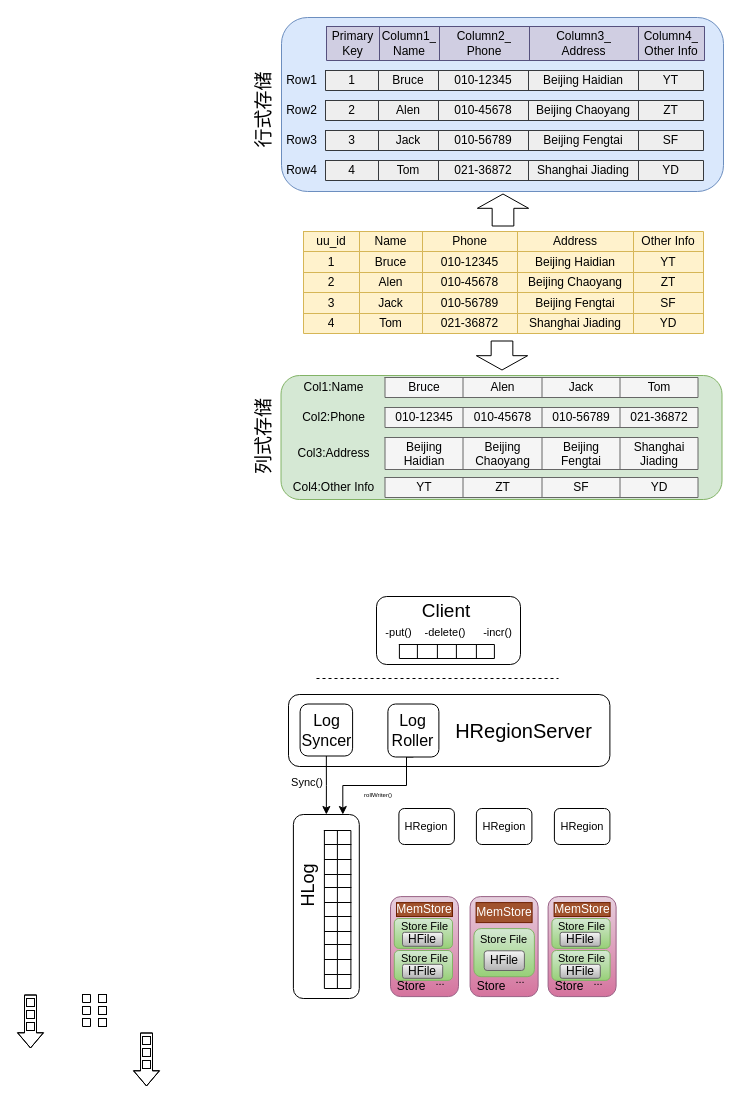
Above: page "第 2 页" (2 of 2) of 未命名绘图.drawio in Life-Cycle/xixi (draw.io), before the change. Source tidied: cells renumbered, new cells numbered last; positions are measured from the earlier drawing's top-left corner, leaving out a move shared by most shapes. Both pictures are drawn from the tidied source at 100%, with x=0, y=0 at pixel (26, 17).
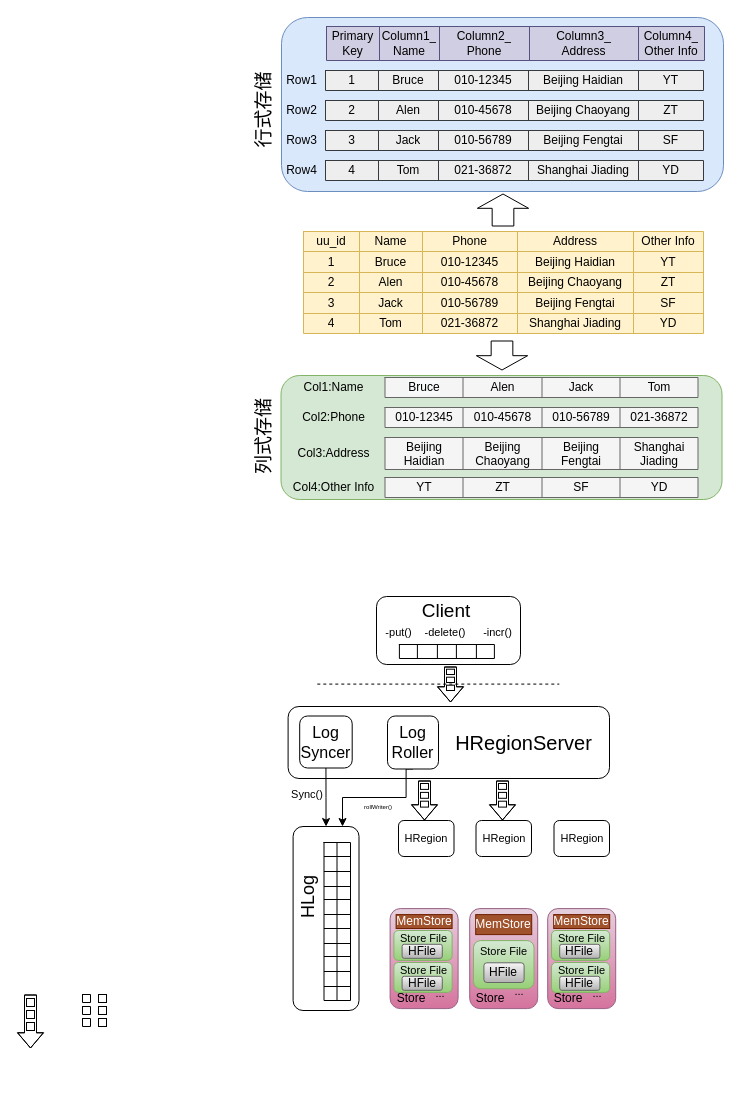
The same page after the edit.

Commit message:
更新未命名绘图.drawio

The edit, as a diff of the source:
```diff
@@
+    <mxCell id="118" style="endArrow=none;dashed=1;html=1;rounded=0;fontSize=11;" parent="1" edge="1">
+      <mxGeometry relative="1" as="geometry">
+        <mxPoint x="290.8" y="666.6" as="sourcePoint" />
+        <mxPoint x="532.8" y="666.6" as="targetPoint" />
+      </mxGeometry>
+    </mxCell>
@@
-    <mxCell id="118" style="endArrow=none;dashed=1;html=1;rounded=0;fontSize=11;" parent="1" edge="1">
-      <mxGeometry relative="1" as="geometry">
-        <mxPoint x="290" y="661" as="sourcePoint" />
-        <mxPoint x="532" y="661" as="targetPoint" />
-      </mxGeometry>
-    </mxCell>
     <mxCell id="119" style="rounded=1;whiteSpace=wrap;html=1;fontSize=11;" parent="1" vertex="1">
-      <mxGeometry x="262" y="677" width="321.4" height="72" as="geometry" />
+      <mxGeometry x="261.6" y="689" width="321.4" height="72" as="geometry" />
     </mxCell>
     <mxCell id="120" value="&lt;font style=&quot;font-size: 20px&quot;&gt;HRegionServer&lt;/font&gt;" style="text;html=1;strokeColor=none;fillColor=none;align=center;verticalAlign=middle;whiteSpace=wrap;rounded=0;fontSize=11;" parent="1" vertex="1">
-      <mxGeometry x="424.4" y="692.5" width="147.1" height="41" as="geometry" />
+      <mxGeometry x="424" y="704.5" width="147.1" height="41" as="geometry" />
     </mxCell>
@@
     <mxCell id="122" value="&lt;font style=&quot;font-size: 16px&quot;&gt;Log Syncer&lt;/font&gt;" style="rounded=1;whiteSpace=wrap;html=1;fontSize=11;" parent="1" vertex="1">
-      <mxGeometry x="273.6" y="686.5" width="52.5" height="52" as="geometry" />
+      <mxGeometry x="273.2" y="698.5" width="52.5" height="52" as="geometry" />
     </mxCell>
     <mxCell id="123" style="edgeStyle=orthogonalEdgeStyle;rounded=0;jettySize=auto;html=1;exitX=0.5;exitY=1;exitDx=0;exitDy=0;entryX=0.75;entryY=0;entryDx=0;entryDy=0;fontSize=18;" parent="1" edge="1" source="124" target="125">
       <mxGeometry relative="1" as="geometry">
         <Array as="points">
-          <mxPoint x="380" y="740" />
-          <mxPoint x="380" y="768" />
-          <mxPoint x="316" y="768" />
+          <mxPoint x="379.6" y="752" />
+          <mxPoint x="379.6" y="780" />
+          <mxPoint x="315.6" y="780" />
         </Array>
       </mxGeometry>
     </mxCell>
     <mxCell id="124" value="&lt;font style=&quot;font-size: 16px&quot;&gt;Log Roller&lt;/font&gt;" style="rounded=1;whiteSpace=wrap;html=1;fontSize=11;" parent="1" vertex="1">
-      <mxGeometry x="361.4" y="686.5" width="51" height="53" as="geometry" />
+      <mxGeometry x="361" y="698.5" width="51" height="53" as="geometry" />
     </mxCell>
     <mxCell id="125" style="rounded=1;whiteSpace=wrap;html=1;fontSize=14;" parent="1" vertex="1">
-      <mxGeometry x="266.9" y="797" width="65.9" height="184" as="geometry" />
+      <mxGeometry x="266.6" y="809" width="65.9" height="184" as="geometry" />
     </mxCell>
     <mxCell id="126" style="shape=table;startSize=0;childLayout=tableLayout;fontSize=14;" parent="1" vertex="1">
-      <mxGeometry x="297.9" y="813" width="26.5" height="158" as="geometry" />
+      <mxGeometry x="297.5" y="825" width="26.5" height="158" as="geometry" />
     </mxCell>
@@
     <mxCell id="160" value="&lt;font style=&quot;font-size: 18px&quot;&gt;HLog&lt;/font&gt;" style="text;html=1;strokeColor=none;fillColor=none;align=center;verticalAlign=middle;whiteSpace=wrap;rounded=0;fontSize=14;rotation=-90;" parent="1" vertex="1">
-      <mxGeometry x="251.9" y="853" width="60" height="30" as="geometry" />
+      <mxGeometry x="251.5" y="865" width="60" height="30" as="geometry" />
     </mxCell>
     <mxCell id="161" value="&lt;font style=&quot;font-size: 6px&quot;&gt;rollWriter()&lt;/font&gt;" style="text;html=1;strokeColor=none;fillColor=none;align=center;verticalAlign=middle;whiteSpace=wrap;rounded=0;fontSize=11;" parent="1" vertex="1">
-      <mxGeometry x="322" y="761" width="60" height="30" as="geometry" />
+      <mxGeometry x="321.6" y="773" width="60" height="30" as="geometry" />
     </mxCell>
     <mxCell id="162" value="&lt;span style=&quot;font-size: 11px&quot;&gt;Sync()&lt;/span&gt;" style="text;html=1;strokeColor=none;fillColor=none;align=center;verticalAlign=middle;whiteSpace=wrap;rounded=0;fontSize=18;" parent="1" vertex="1">
-      <mxGeometry x="260" y="757" width="42" height="12" as="geometry" />
+      <mxGeometry x="259.6" y="769" width="42" height="12" as="geometry" />
     </mxCell>
     <mxCell id="163" value="HRegion" style="rounded=1;whiteSpace=wrap;html=1;fontSize=11;" parent="1" vertex="1">
-      <mxGeometry x="372.4" y="791" width="55.5" height="36" as="geometry" />
+      <mxGeometry x="372" y="803" width="55.5" height="36" as="geometry" />
     </mxCell>
     <mxCell id="164" value="HRegion" style="rounded=1;whiteSpace=wrap;html=1;fontSize=11;" parent="1" vertex="1">
-      <mxGeometry x="449.9" y="791" width="55.5" height="36" as="geometry" />
+      <mxGeometry x="449.5" y="803" width="55.5" height="36" as="geometry" />
     </mxCell>
     <mxCell id="165" value="HRegion" style="rounded=1;whiteSpace=wrap;html=1;fontSize=11;" parent="1" vertex="1">
-      <mxGeometry x="527.9" y="791" width="55.5" height="36" as="geometry" />
+      <mxGeometry x="527.5" y="803" width="55.5" height="36" as="geometry" />
     </mxCell>
     <mxCell id="166" style="rounded=1;whiteSpace=wrap;html=1;gradientColor=#d5739d;fillColor=#e6d0de;strokeColor=#996185;" parent="1" vertex="1">
-      <mxGeometry x="364" y="879.1" width="68" height="100" as="geometry" />
+      <mxGeometry x="363.6" y="891.1" width="68" height="100" as="geometry" />
     </mxCell>
     <mxCell id="167" value="Store" style="text;html=1;strokeColor=none;fillColor=none;align=center;verticalAlign=middle;whiteSpace=wrap;rounded=0;" parent="1" vertex="1">
-      <mxGeometry x="364.9" y="959.1" width="40" height="20" as="geometry" />
+      <mxGeometry x="364.5" y="971.1" width="40" height="20" as="geometry" />
     </mxCell>
     <mxCell id="168" style="rounded=1;whiteSpace=wrap;html=1;gradientColor=#97d077;fillColor=#d5e8d4;strokeColor=#82b366;" parent="1" vertex="1">
-      <mxGeometry x="367.8" y="901" width="58.2" height="29.9" as="geometry" />
+      <mxGeometry x="367.4" y="913" width="58.2" height="29.9" as="geometry" />
     </mxCell>
     <mxCell id="169" value="&lt;font&gt;&lt;span style=&quot;font-size: 11px&quot;&gt;Store&amp;nbsp;&lt;/span&gt;&lt;span style=&quot;font-size: 11px ; text-align: left&quot;&gt;File&lt;/span&gt;&lt;span style=&quot;font-size: 11px&quot;&gt;&lt;br&gt;&lt;/span&gt;&lt;/font&gt;" style="text;html=1;strokeColor=none;fillColor=none;align=center;verticalAlign=middle;whiteSpace=wrap;rounded=0;" parent="1" vertex="1">
-      <mxGeometry x="375.5" y="902.9" width="45" height="11.9" as="geometry" />
+      <mxGeometry x="375.1" y="914.9" width="45" height="11.9" as="geometry" />
     </mxCell>
     <mxCell id="170" value="HFile" style="rounded=1;whiteSpace=wrap;html=1;gradientColor=#b3b3b3;fillColor=#f5f5f5;strokeColor=#666666;rotation=0;" parent="1" vertex="1">
-      <mxGeometry x="376" y="914.8" width="40.2" height="14" as="geometry" />
+      <mxGeometry x="375.6" y="926.8" width="40.2" height="14" as="geometry" />
     </mxCell>
     <mxCell id="171" value="MemStore" style="rounded=0;whiteSpace=wrap;html=1;rotation=0;fillColor=#a0522d;fontColor=#ffffff;strokeColor=#6D1F00;" parent="1" vertex="1">
-      <mxGeometry x="370" y="885.1" width="56" height="13.9" as="geometry" />
+      <mxGeometry x="369.6" y="897.1" width="56" height="13.9" as="geometry" />
     </mxCell>
     <mxCell id="172" style="rounded=1;whiteSpace=wrap;html=1;gradientColor=#d5739d;fillColor=#e6d0de;strokeColor=#996185;" parent="1" vertex="1">
-      <mxGeometry x="443.6" y="879.1" width="68" height="100" as="geometry" />
+      <mxGeometry x="443.2" y="891.1" width="68" height="100" as="geometry" />
     </mxCell>
     <mxCell id="173" value="Store" style="text;html=1;strokeColor=none;fillColor=none;align=center;verticalAlign=middle;whiteSpace=wrap;rounded=0;" parent="1" vertex="1">
-      <mxGeometry x="444.5" y="959.1" width="40" height="20" as="geometry" />
+      <mxGeometry x="444.1" y="971.1" width="40" height="20" as="geometry" />
     </mxCell>
     <mxCell id="174" style="rounded=1;whiteSpace=wrap;html=1;gradientColor=#97d077;fillColor=#d5e8d4;strokeColor=#82b366;" parent="1" vertex="1">
-      <mxGeometry x="447.4" y="911.1" width="60.5" height="48.1" as="geometry" />
+      <mxGeometry x="447" y="923.1" width="60.5" height="48.1" as="geometry" />
     </mxCell>
     <mxCell id="175" value="&lt;font&gt;&lt;span style=&quot;font-size: 11px&quot;&gt;Store&amp;nbsp;&lt;/span&gt;&lt;span style=&quot;font-size: 11px ; text-align: left&quot;&gt;File&lt;/span&gt;&lt;span style=&quot;font-size: 11px&quot;&gt;&lt;br&gt;&lt;/span&gt;&lt;/font&gt;" style="text;html=1;strokeColor=none;fillColor=none;align=center;verticalAlign=middle;whiteSpace=wrap;rounded=0;" parent="1" vertex="1">
-      <mxGeometry x="455.4" y="916.2" width="45" height="11.9" as="geometry" />
+      <mxGeometry x="455" y="928.2" width="45" height="11.9" as="geometry" />
     </mxCell>
     <mxCell id="176" value="HFile" style="rounded=1;whiteSpace=wrap;html=1;gradientColor=#b3b3b3;fillColor=#f5f5f5;strokeColor=#666666;rotation=0;" parent="1" vertex="1">
-      <mxGeometry x="457.7" y="933.3" width="40.2" height="19.7" as="geometry" />
+      <mxGeometry x="457.4" y="945.3" width="40.2" height="19.7" as="geometry" />
     </mxCell>
     <mxCell id="177" value="MemStore" style="rounded=0;whiteSpace=wrap;html=1;rotation=0;fillColor=#a0522d;fontColor=#ffffff;strokeColor=#6D1F00;" parent="1" vertex="1">
-      <mxGeometry x="449.6" y="885.1" width="56" height="20" as="geometry" />
+      <mxGeometry x="449.2" y="897.1" width="56" height="20" as="geometry" />
     </mxCell>
     <mxCell id="178" style="rounded=1;whiteSpace=wrap;html=1;gradientColor=#97d077;fillColor=#d5e8d4;strokeColor=#82b366;" parent="1" vertex="1">
-      <mxGeometry x="367.8" y="933" width="58.2" height="29.9" as="geometry" />
+      <mxGeometry x="367.4" y="945" width="58.2" height="29.9" as="geometry" />
     </mxCell>
     <mxCell id="179" value="&lt;font&gt;&lt;span style=&quot;font-size: 11px&quot;&gt;Store&amp;nbsp;&lt;/span&gt;&lt;span style=&quot;font-size: 11px ; text-align: left&quot;&gt;File&lt;/span&gt;&lt;span style=&quot;font-size: 11px&quot;&gt;&lt;br&gt;&lt;/span&gt;&lt;/font&gt;" style="text;html=1;strokeColor=none;fillColor=none;align=center;verticalAlign=middle;whiteSpace=wrap;rounded=0;" parent="1" vertex="1">
-      <mxGeometry x="375.5" y="934.9" width="45" height="11.9" as="geometry" />
+      <mxGeometry x="375.1" y="946.9" width="45" height="11.9" as="geometry" />
     </mxCell>
     <mxCell id="180" value="HFile" style="rounded=1;whiteSpace=wrap;html=1;gradientColor=#b3b3b3;fillColor=#f5f5f5;strokeColor=#666666;rotation=0;" parent="1" vertex="1">
-      <mxGeometry x="376" y="946.8" width="40.2" height="14" as="geometry" />
+      <mxGeometry x="375.6" y="958.8" width="40.2" height="14" as="geometry" />
     </mxCell>
     <mxCell id="181" value="..." style="text;html=1;strokeColor=none;fillColor=none;align=center;verticalAlign=middle;whiteSpace=wrap;rounded=0;fontSize=11;" parent="1" vertex="1">
-      <mxGeometry x="400" y="961" width="28.4" height="6" as="geometry" />
+      <mxGeometry x="399.6" y="973" width="28.4" height="6" as="geometry" />
     </mxCell>
     <mxCell id="182" value="..." style="text;html=1;strokeColor=none;fillColor=none;align=center;verticalAlign=middle;whiteSpace=wrap;rounded=0;fontSize=11;" parent="1" vertex="1">
-      <mxGeometry x="479.5" y="959.1" width="28.4" height="6" as="geometry" />
+      <mxGeometry x="479.1" y="971.1" width="28.4" height="6" as="geometry" />
     </mxCell>
     <mxCell id="183" style="rounded=1;whiteSpace=wrap;html=1;gradientColor=#d5739d;fillColor=#e6d0de;strokeColor=#996185;" parent="1" vertex="1">
-      <mxGeometry x="521.6" y="879.1" width="68" height="100" as="geometry" />
+      <mxGeometry x="521.2" y="891.1" width="68" height="100" as="geometry" />
     </mxCell>
     <mxCell id="184" value="Store" style="text;html=1;strokeColor=none;fillColor=none;align=center;verticalAlign=middle;whiteSpace=wrap;rounded=0;" parent="1" vertex="1">
-      <mxGeometry x="522.5" y="959.1" width="40" height="20" as="geometry" />
+      <mxGeometry x="522.1" y="971.1" width="40" height="20" as="geometry" />
     </mxCell>
     <mxCell id="185" style="rounded=1;whiteSpace=wrap;html=1;gradientColor=#97d077;fillColor=#d5e8d4;strokeColor=#82b366;" parent="1" vertex="1">
-      <mxGeometry x="525.4" y="901" width="58.2" height="29.9" as="geometry" />
+      <mxGeometry x="525" y="913" width="58.2" height="29.9" as="geometry" />
     </mxCell>
     <mxCell id="186" value="&lt;font&gt;&lt;span style=&quot;font-size: 11px&quot;&gt;Store&amp;nbsp;&lt;/span&gt;&lt;span style=&quot;font-size: 11px ; text-align: left&quot;&gt;File&lt;/span&gt;&lt;span style=&quot;font-size: 11px&quot;&gt;&lt;br&gt;&lt;/span&gt;&lt;/font&gt;" style="text;html=1;strokeColor=none;fillColor=none;align=center;verticalAlign=middle;whiteSpace=wrap;rounded=0;" parent="1" vertex="1">
-      <mxGeometry x="533.1" y="902.9" width="45" height="11.9" as="geometry" />
+      <mxGeometry x="532.7" y="914.9" width="45" height="11.9" as="geometry" />
     </mxCell>
     <mxCell id="187" value="HFile" style="rounded=1;whiteSpace=wrap;html=1;gradientColor=#b3b3b3;fillColor=#f5f5f5;strokeColor=#666666;rotation=0;" parent="1" vertex="1">
-      <mxGeometry x="533.6" y="914.8" width="40.2" height="14" as="geometry" />
+      <mxGeometry x="533.2" y="926.8" width="40.2" height="14" as="geometry" />
     </mxCell>
     <mxCell id="188" value="MemStore" style="rounded=0;whiteSpace=wrap;html=1;rotation=0;fillColor=#a0522d;fontColor=#ffffff;strokeColor=#6D1F00;" parent="1" vertex="1">
-      <mxGeometry x="527.6" y="885.1" width="56" height="13.9" as="geometry" />
+      <mxGeometry x="527.2" y="897.1" width="56" height="13.9" as="geometry" />
     </mxCell>
     <mxCell id="189" style="rounded=1;whiteSpace=wrap;html=1;gradientColor=#97d077;fillColor=#d5e8d4;strokeColor=#82b366;" parent="1" vertex="1">
-      <mxGeometry x="525.4" y="933" width="58.2" height="29.9" as="geometry" />
+      <mxGeometry x="525" y="945" width="58.2" height="29.9" as="geometry" />
     </mxCell>
     <mxCell id="190" value="&lt;font&gt;&lt;span style=&quot;font-size: 11px&quot;&gt;Store&amp;nbsp;&lt;/span&gt;&lt;span style=&quot;font-size: 11px ; text-align: left&quot;&gt;File&lt;/span&gt;&lt;span style=&quot;font-size: 11px&quot;&gt;&lt;br&gt;&lt;/span&gt;&lt;/font&gt;" style="text;html=1;strokeColor=none;fillColor=none;align=center;verticalAlign=middle;whiteSpace=wrap;rounded=0;" parent="1" vertex="1">
-      <mxGeometry x="533.1" y="934.9" width="45" height="11.9" as="geometry" />
+      <mxGeometry x="532.7" y="946.9" width="45" height="11.9" as="geometry" />
     </mxCell>
     <mxCell id="191" value="HFile" style="rounded=1;whiteSpace=wrap;html=1;gradientColor=#b3b3b3;fillColor=#f5f5f5;strokeColor=#666666;rotation=0;" parent="1" vertex="1">
-      <mxGeometry x="533.6" y="946.8" width="40.2" height="14" as="geometry" />
+      <mxGeometry x="533.2" y="958.8" width="40.2" height="14" as="geometry" />
     </mxCell>
     <mxCell id="192" value="..." style="text;html=1;strokeColor=none;fillColor=none;align=center;verticalAlign=middle;whiteSpace=wrap;rounded=0;fontSize=11;" parent="1" vertex="1">
-      <mxGeometry x="557.6" y="961" width="28.4" height="6" as="geometry" />
+      <mxGeometry x="557.2" y="973" width="28.4" height="6" as="geometry" />
     </mxCell>
@@
     <mxCell id="211" style="group;" parent="1" vertex="1">
-      <mxGeometry x="116" y="1015" width="8" height="54" as="geometry" />
+      <mxGeometry x="420" y="649" width="8" height="36" as="geometry" />
     </mxCell>
     <mxCell id="212" style="shape=flexArrow;endArrow=classic;html=1;rounded=0;fontSize=11;width=12;endSize=4.739999999999999;endWidth=12.88888888888889;" parent="211" edge="1">
       <mxGeometry relative="1" as="geometry">
         <mxPoint x="4" as="sourcePoint" />
-        <mxPoint x="4" y="54" as="targetPoint" />
+        <mxPoint x="4" y="36" as="targetPoint" />
       </mxGeometry>
     </mxCell>
     <mxCell id="213" style="shape=flexArrow;endArrow=classic;html=1;rounded=0;fontSize=11;width=12;endSize=4.739999999999999;endWidth=12.88888888888889;" parent="211" edge="1">
       <mxGeometry relative="1" as="geometry">
         <mxPoint x="4" as="sourcePoint" />
-        <mxPoint x="4" y="54" as="targetPoint" />
+        <mxPoint x="4" y="36" as="targetPoint" />
       </mxGeometry>
     </mxCell>
     <mxCell id="214" style="rounded=0;whiteSpace=wrap;html=1;fontSize=11;" parent="211" vertex="1">
-      <mxGeometry y="4" width="8" height="8" as="geometry" />
+      <mxGeometry y="2.7" width="8" height="5.3" as="geometry" />
     </mxCell>
     <mxCell id="215" style="rounded=0;whiteSpace=wrap;html=1;fontSize=11;" parent="211" vertex="1">
-      <mxGeometry y="16" width="8" height="8" as="geometry" />
+      <mxGeometry y="10.7" width="8" height="5.3" as="geometry" />
     </mxCell>
     <mxCell id="216" style="rounded=0;whiteSpace=wrap;html=1;fontSize=11;" parent="211" vertex="1">
-      <mxGeometry y="28" width="8" height="8" as="geometry" />
+      <mxGeometry y="18.7" width="8" height="5.3" as="geometry" />
     </mxCell>
+    <mxCell id="217" style="group;" parent="1" vertex="1">
+      <mxGeometry x="394" y="763" width="8" height="40" as="geometry" />
+    </mxCell>
+    <mxCell id="218" style="shape=flexArrow;endArrow=classic;html=1;rounded=0;fontSize=11;width=12;endSize=4.739999999999999;endWidth=12.88888888888889;" parent="217" edge="1">
+      <mxGeometry relative="1" as="geometry">
+        <mxPoint x="4" as="sourcePoint" />
+        <mxPoint x="4" y="40" as="targetPoint" />
+      </mxGeometry>
+    </mxCell>
+    <mxCell id="219" style="shape=flexArrow;endArrow=classic;html=1;rounded=0;fontSize=11;width=12;endSize=4.739999999999999;endWidth=12.88888888888889;" parent="217" edge="1">
+      <mxGeometry relative="1" as="geometry">
+        <mxPoint x="4" as="sourcePoint" />
+        <mxPoint x="4" y="40" as="targetPoint" />
+      </mxGeometry>
+    </mxCell>
+    <mxCell id="220" style="rounded=0;whiteSpace=wrap;html=1;fontSize=11;" parent="217" vertex="1">
+      <mxGeometry y="3" width="8" height="5.9" as="geometry" />
+    </mxCell>
+    <mxCell id="221" style="rounded=0;whiteSpace=wrap;html=1;fontSize=11;" parent="217" vertex="1">
+      <mxGeometry y="11.9" width="8" height="5.9" as="geometry" />
+    </mxCell>
+    <mxCell id="222" style="rounded=0;whiteSpace=wrap;html=1;fontSize=11;" parent="217" vertex="1">
+      <mxGeometry y="20.7" width="8" height="5.9" as="geometry" />
+    </mxCell>
+    <mxCell id="223" style="group;" parent="1" vertex="1">
+      <mxGeometry x="472" y="763" width="8" height="40" as="geometry" />
+    </mxCell>
+    <mxCell id="224" style="shape=flexArrow;endArrow=classic;html=1;rounded=0;fontSize=11;width=12;endSize=4.739999999999999;endWidth=12.88888888888889;" parent="223" edge="1">
+      <mxGeometry relative="1" as="geometry">
+        <mxPoint x="4" as="sourcePoint" />
+        <mxPoint x="4" y="40" as="targetPoint" />
+      </mxGeometry>
+    </mxCell>
+    <mxCell id="225" style="shape=flexArrow;endArrow=classic;html=1;rounded=0;fontSize=11;width=12;endSize=4.739999999999999;endWidth=12.88888888888889;" parent="223" edge="1">
+      <mxGeometry relative="1" as="geometry">
+        <mxPoint x="4" as="sourcePoint" />
+        <mxPoint x="4" y="40" as="targetPoint" />
+      </mxGeometry>
+    </mxCell>
+    <mxCell id="226" style="rounded=0;whiteSpace=wrap;html=1;fontSize=11;" parent="223" vertex="1">
+      <mxGeometry y="3" width="8" height="5.9" as="geometry" />
+    </mxCell>
+    <mxCell id="227" style="rounded=0;whiteSpace=wrap;html=1;fontSize=11;" parent="223" vertex="1">
+      <mxGeometry y="11.9" width="8" height="5.9" as="geometry" />
+    </mxCell>
+    <mxCell id="228" style="rounded=0;whiteSpace=wrap;html=1;fontSize=11;" parent="223" vertex="1">
+      <mxGeometry y="20.7" width="8" height="5.9" as="geometry" />
+    </mxCell>
```
